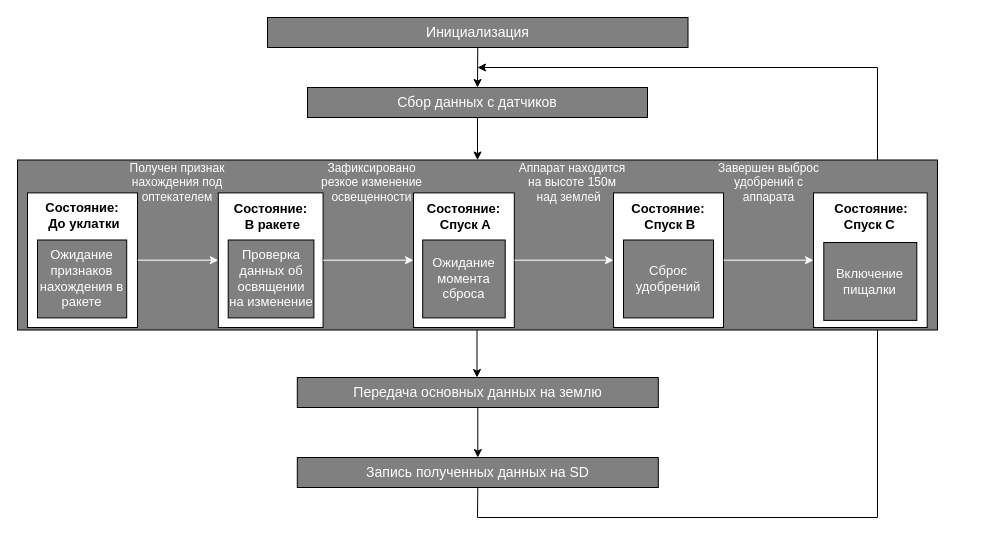
This is schematics/Алгоритм полета.drawio from cansat-tsniimash/cansat-UKLON-M-2023-2024, a draw.io file, before an edit. Source tidied: cells renumbered, new cells numbered last; positions are measured from the earlier drawing's top-left corner, leaving out a move shared by most shapes. Both pictures are drawn from the tidied source at 100%, with x=0, y=0 at pixel (17, 17).
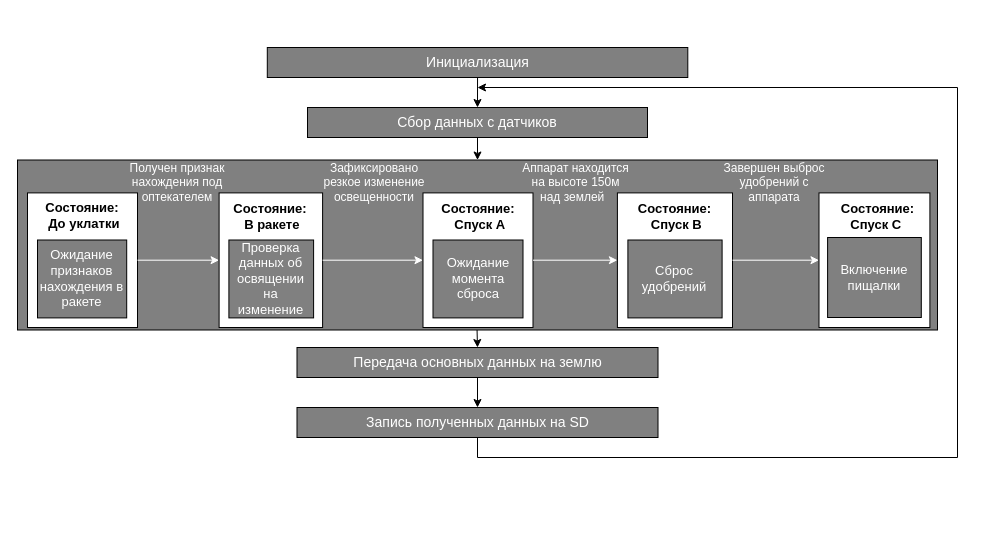
Above is the later version.

Commit message:
Прекрасный алгоритм полета 1(Для презентации)

What changed in the source:
```diff
@@
     <mxCell id="2" value="&lt;font style=&quot;font-size: 14px;&quot; color=&quot;#ffffff&quot;&gt;Инициализация&lt;/font&gt;" style="rounded=0;whiteSpace=wrap;html=1;fillColor=#808080;" parent="1" vertex="1">
-      <mxGeometry x="250" width="420.5" height="30" as="geometry" />
+      <mxGeometry x="249.8" y="30" width="420.5" height="30" as="geometry" />
     </mxCell>
     <mxCell id="3" value="&lt;font style=&quot;font-size: 14px;&quot; color=&quot;#ffffff&quot;&gt;Передача основных данных на землю&lt;/font&gt;" style="rounded=0;whiteSpace=wrap;html=1;fillColor=#808080;" parent="1" vertex="1">
-      <mxGeometry x="279.8" y="360" width="361" height="30" as="geometry" />
+      <mxGeometry x="279.5" y="330" width="361" height="30" as="geometry" />
     </mxCell>
     <mxCell id="4" value="&lt;font style=&quot;font-size: 14px;&quot; color=&quot;#ffffff&quot;&gt;Запись полученных данных на SD&lt;/font&gt;" style="rounded=0;whiteSpace=wrap;html=1;fillColor=#808080;" parent="1" vertex="1">
-      <mxGeometry x="279.8" y="440" width="361" height="30" as="geometry" />
+      <mxGeometry x="279.5" y="390" width="361" height="30" as="geometry" />
     </mxCell>
     <mxCell id="5" value="&lt;font style=&quot;font-size: 14px;&quot; color=&quot;#ffffff&quot;&gt;Сбор данных с датчиков&lt;/font&gt;" style="rounded=0;whiteSpace=wrap;html=1;fillColor=#808080;" parent="1" vertex="1">
-      <mxGeometry x="290" y="70" width="340" height="30" as="geometry" />
+      <mxGeometry x="290" y="90" width="340" height="30" as="geometry" />
     </mxCell>
@@
-    <mxCell id="8" style="endArrow=classic;html=1;rounded=0;entryX=0.5;entryY=0;entryDx=0;entryDy=0;" parent="1" edge="1">
+    <mxCell id="8" style="endArrow=classic;html=1;rounded=0;" parent="1" edge="1">
       <mxGeometry relative="1" as="geometry">
         <mxPoint x="459.5" y="310" as="sourcePoint" />
-        <mxPoint x="459.5" y="360" as="targetPoint" />
+        <mxPoint x="460" y="330" as="targetPoint" />
       </mxGeometry>
     </mxCell>
     <mxCell id="9" style="endArrow=classic;html=1;rounded=0;exitX=0.5;exitY=1;exitDx=0;exitDy=0;" parent="1" edge="1" source="4">
       <mxGeometry relative="1" as="geometry">
-        <mxPoint x="460" y="50" as="targetPoint" />
+        <mxPoint x="460" y="70" as="targetPoint" />
         <Array as="points">
-          <mxPoint x="460" y="500" />
-          <mxPoint x="860" y="500" />
-          <mxPoint x="860" y="50" />
+          <mxPoint x="460" y="440" />
+          <mxPoint x="940" y="440" />
+          <mxPoint x="940" y="70" />
         </Array>
       </mxGeometry>
     </mxCell>
@@
     <mxCell id="12" style="group;" parent="1" vertex="1">
-      <mxGeometry x="99" y="140" width="804.7" height="170" as="geometry" />
+      <mxGeometry x="99" y="140" width="811" height="170" as="geometry" />
     </mxCell>
     <mxCell id="13" style="group;" parent="12" vertex="1">
-      <mxGeometry x="-63" y="20" width="874.7" height="150" as="geometry" />
+      <mxGeometry x="-63.5" y="20" width="881.6" height="150" as="geometry" />
     </mxCell>
     <mxCell id="14" style="group;" parent="13" vertex="1">
-      <mxGeometry x="360" y="25" width="110" height="125" as="geometry" />
+      <mxGeometry x="370" y="25" width="120" height="125" as="geometry" />
     </mxCell>
     <mxCell id="15" style="rounded=0;whiteSpace=wrap;html=1;" parent="14" vertex="1">
-      <mxGeometry y="-9.6" width="100.8" height="134.6" as="geometry" />
+      <mxGeometry y="-9.6" width="110" height="134.6" as="geometry" />
     </mxCell>
     <mxCell id="16" value="&lt;font style=&quot;font-size: 13px;&quot; color=&quot;#ffffff&quot;&gt;Ожидание&lt;br&gt;момента сброса&lt;br&gt;&lt;/font&gt;" style="rounded=0;whiteSpace=wrap;html=1;fillColor=#808080;" parent="14" vertex="1">
-      <mxGeometry x="9.2" y="37.5" width="82.5" height="77.9" as="geometry" />
+      <mxGeometry x="10" y="37.5" width="90" height="77.9" as="geometry" />
     </mxCell>
     <mxCell id="17" value="&lt;b style=&quot;font-size: 13px;&quot;&gt;Состояние:&lt;br&gt;&amp;nbsp;Спуск A&lt;/b&gt;" style="text;html=1;strokeColor=none;fillColor=none;align=center;verticalAlign=middle;whiteSpace=wrap;rounded=0;" parent="14" vertex="1">
-      <mxGeometry width="100.8" height="28.8" as="geometry" />
+      <mxGeometry width="110" height="28.8" as="geometry" />
     </mxCell>
     <mxCell id="18" style="group;" parent="13" vertex="1">
-      <mxGeometry x="560" y="25" width="120" height="125" as="geometry" />
+      <mxGeometry x="564.4" y="25" width="125.6" height="125" as="geometry" />
     </mxCell>
     <mxCell id="19" style="rounded=0;whiteSpace=wrap;html=1;" parent="18" vertex="1">
-      <mxGeometry y="-9.6" width="110" height="134.6" as="geometry" />
+      <mxGeometry y="-9.6" width="115.1" height="134.6" as="geometry" />
     </mxCell>
     <mxCell id="20" value="&lt;font color=&quot;#ffffff&quot;&gt;&lt;font style=&quot;font-size: 13px;&quot;&gt;Сброс удобрений&lt;/font&gt;&lt;br&gt;&lt;/font&gt;" style="rounded=0;whiteSpace=wrap;html=1;fillColor=#808080;" parent="18" vertex="1">
-      <mxGeometry x="10" y="37.5" width="90" height="77.9" as="geometry" />
+      <mxGeometry x="10.5" y="37.5" width="94.2" height="77.9" as="geometry" />
     </mxCell>
     <mxCell id="21" value="&lt;b style=&quot;font-size: 13px;&quot;&gt;Состояние:&lt;br&gt;&amp;nbsp;Спуск B&lt;/b&gt;" style="text;html=1;strokeColor=none;fillColor=none;align=center;verticalAlign=middle;whiteSpace=wrap;rounded=0;" parent="18" vertex="1">
-      <mxGeometry width="110" height="28.8" as="geometry" />
+      <mxGeometry width="115.1" height="28.8" as="geometry" />
     </mxCell>
@@
     <mxCell id="23" value="Аппарат находится на высоте 150м над землей  " style="text;strokeColor=none;fillColor=none;align=center;verticalAlign=middle;rounded=0;horizontal=1;whiteSpace=wrap;fontColor=#FFFFFF;labelBackgroundColor=none;fontSize=12;" parent="13" vertex="1">
-      <mxGeometry x="464" y="-15" width="110" height="40" as="geometry" />
+      <mxGeometry x="467.7" y="-15" width="110.9" height="40" as="geometry" />
     </mxCell>
     <mxCell id="24" style="group;" parent="13" vertex="1">
-      <mxGeometry x="165.2" y="15.4" width="104.8" height="134.6" as="geometry" />
+      <mxGeometry x="166.5" y="15.4" width="103.5" height="134.6" as="geometry" />
     </mxCell>
     <mxCell id="25" style="rounded=0;whiteSpace=wrap;html=1;" parent="24" vertex="1">
-      <mxGeometry x="-0.4" width="104.8" height="134.6" as="geometry" />
+      <mxGeometry x="-0.4" width="103.5" height="134.6" as="geometry" />
     </mxCell>
     <mxCell id="26" value="&lt;font color=&quot;#ffffff&quot;&gt;&lt;font style=&quot;font-size: 13px;&quot;&gt;Проверка данных об освящении на изменение&lt;/font&gt;&lt;br&gt;&lt;/font&gt;" style="rounded=0;whiteSpace=wrap;html=1;fillColor=#808080;" parent="24" vertex="1">
-      <mxGeometry x="9.5" y="47.1" width="85.7" height="77.9" as="geometry" />
+      <mxGeometry x="9.4" y="47.1" width="84.7" height="77.9" as="geometry" />
     </mxCell>
     <mxCell id="27" value="&lt;b style=&quot;font-size: 13px;&quot;&gt;Состояние:&lt;br&gt;&amp;nbsp;В ракете&lt;/b&gt;" style="text;html=1;strokeColor=none;fillColor=none;align=center;verticalAlign=middle;whiteSpace=wrap;rounded=0;" parent="24" vertex="1">
-      <mxGeometry x="9.5" y="9.6" width="85" height="28.9" as="geometry" />
+      <mxGeometry x="9.4" y="9.6" width="84" height="28.9" as="geometry" />
     </mxCell>
@@
     <mxCell id="29" value="Завершен выброс удобрений с аппарата" style="text;strokeColor=none;fillColor=none;align=center;verticalAlign=middle;rounded=0;horizontal=1;whiteSpace=wrap;fontColor=#FFFFFF;labelBackgroundColor=none;fontSize=12;" parent="13" vertex="1">
-      <mxGeometry x="661.3" y="-15" width="109" height="40" as="geometry" />
+      <mxGeometry x="666.5" y="-15" width="109.9" height="40" as="geometry" />
     </mxCell>
     <mxCell id="30" style="rounded=0;whiteSpace=wrap;html=1;" parent="13" vertex="1">
-      <mxGeometry x="760" y="15.4" width="113.7" height="134.6" as="geometry" />
+      <mxGeometry x="766" y="15.4" width="110.9" height="134.6" as="geometry" />
     </mxCell>
@@
     <mxCell id="32" value="&lt;font style=&quot;&quot; color=&quot;#ffffff&quot;&gt;&lt;font style=&quot;font-size: 13px;&quot;&gt;Включение пищалки&lt;/font&gt;&lt;br&gt;&lt;/font&gt;" style="rounded=0;whiteSpace=wrap;html=1;fillColor=#808080;" parent="13" vertex="1">
-      <mxGeometry x="770.3" y="65" width="93" height="77.9" as="geometry" />
+      <mxGeometry x="774.6" y="60" width="93.7" height="80" as="geometry" />
     </mxCell>
     <mxCell id="33" value="&lt;b style=&quot;font-size: 13px;&quot;&gt;Состояние:&lt;br&gt;Спуск C&amp;nbsp;&lt;/b&gt;" style="text;html=1;strokeColor=none;fillColor=none;align=center;verticalAlign=middle;whiteSpace=wrap;rounded=0;" parent="13" vertex="1">
-      <mxGeometry x="761" y="25" width="113.7" height="28.8" as="geometry" />
+      <mxGeometry x="767" y="25" width="114.6" height="28.8" as="geometry" />
     </mxCell>
     <mxCell id="34" value="Зафиксировано резкое изменение освещенности" style="text;strokeColor=none;fillColor=none;align=center;verticalAlign=middle;rounded=0;horizontal=1;whiteSpace=wrap;fontColor=#FFFFFF;labelBackgroundColor=none;fontSize=12;" parent="13" vertex="1">
-      <mxGeometry x="264" y="-17.5" width="109" height="45" as="geometry" />
+      <mxGeometry x="266.1" y="-17.5" width="109.9" height="45" as="geometry" />
     </mxCell>
```
